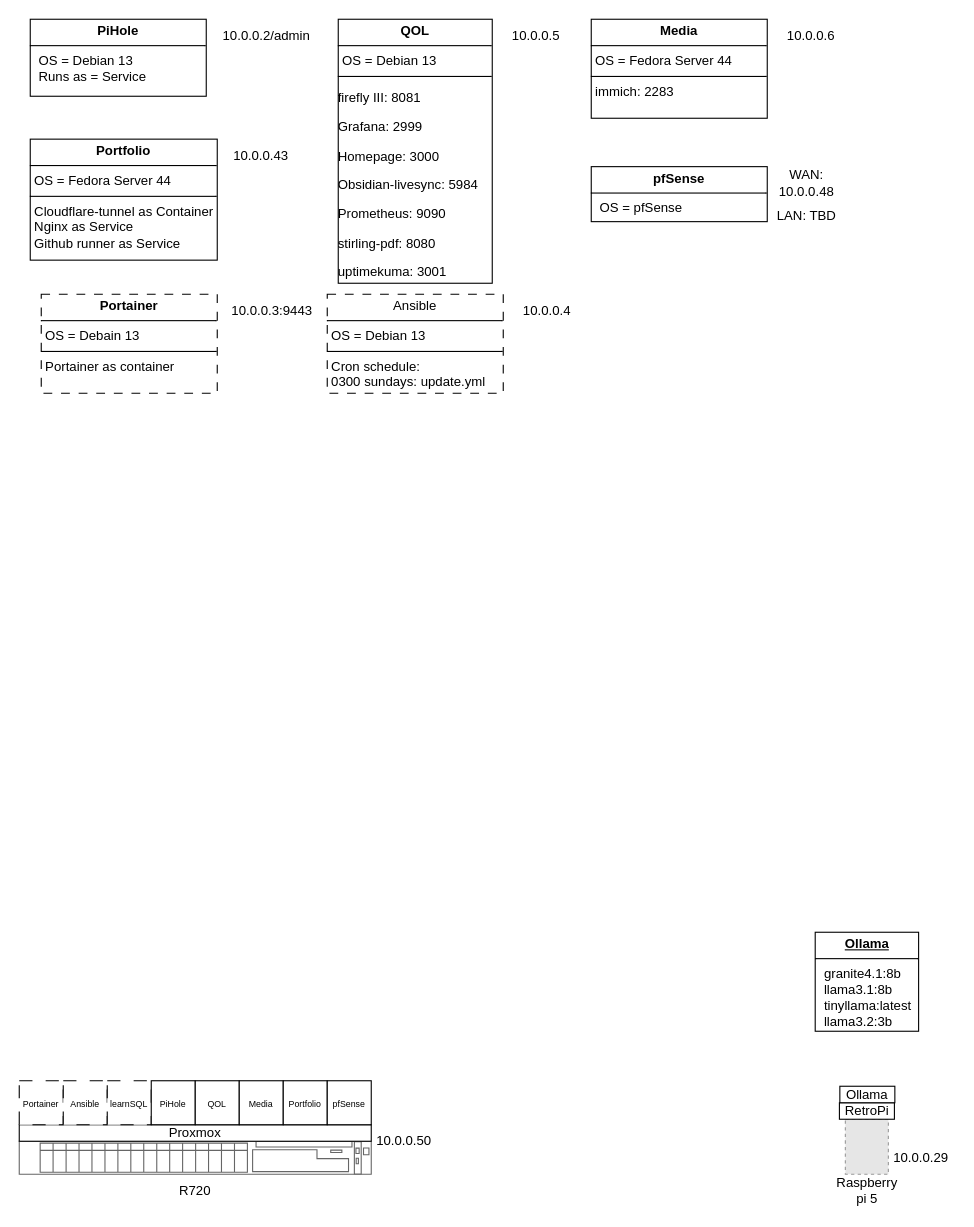
Before: deploymentTopologies/Deployment Topology.drawio in Aaron4554/homelab, a draw.io diagram. Source tidied: cells renumbered, new cells numbered last; positions are measured from the earlier drawing's top-left corner, leaving out a move shared by most shapes. Both pictures are drawn from the tidied source at 110%, with x=0, y=0 at pixel (19, 19). Pictures stored in the file or linked from it are replaced by grey dashed boxes.
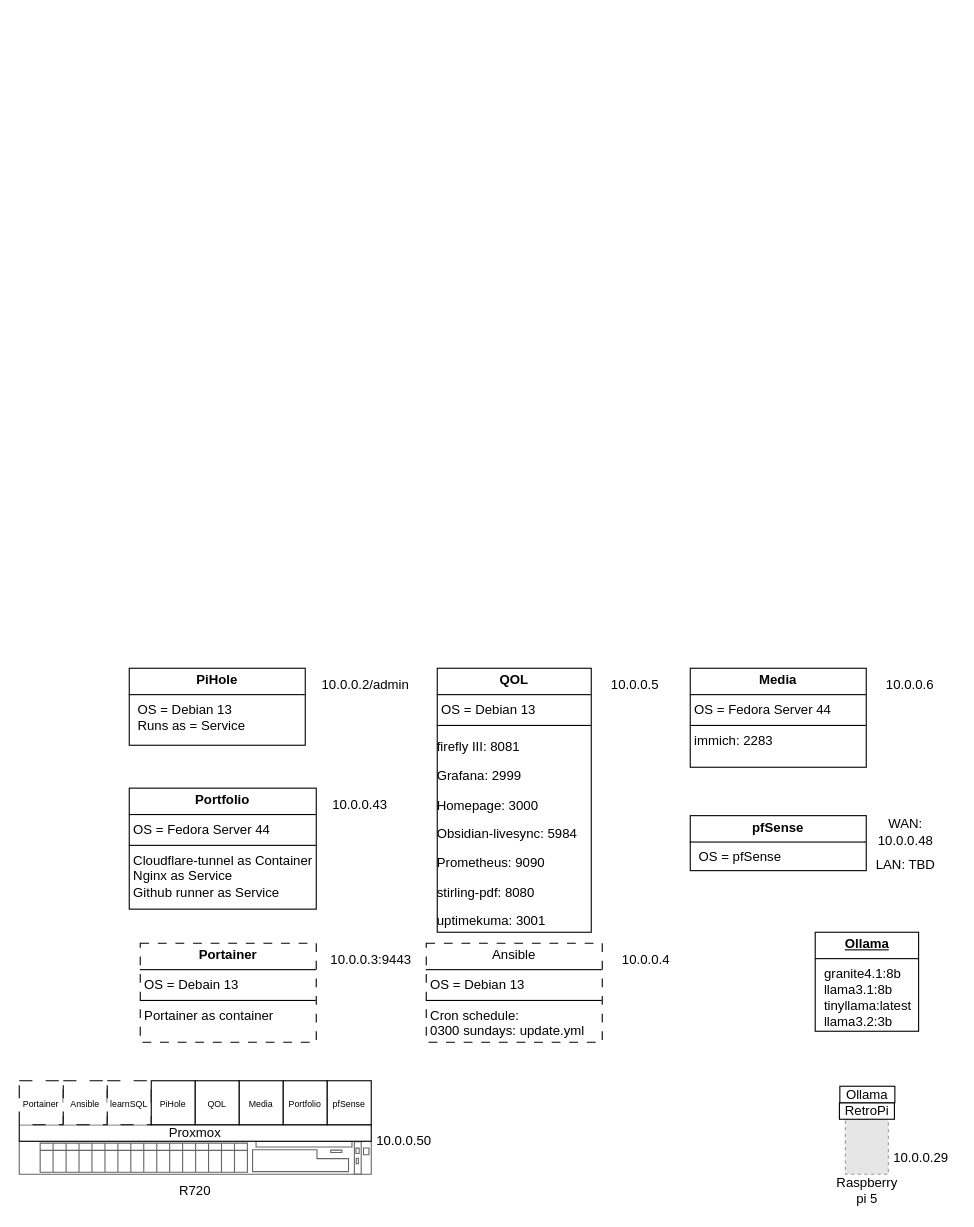
Above is the later version.

Commit message (it also covers changes not shown here):
Resized Deployment Topology

Change to the diagram source:
```diff
@@
+    <mxCell id="34" value="&lt;p style=&quot;margin:0px;margin-top:4px;text-align:center;text-decoration:underline;&quot;&gt;&lt;b&gt;Ollama&lt;/b&gt;&lt;/p&gt;&lt;hr size=&quot;1&quot; style=&quot;border-style:solid;&quot;&gt;&lt;p style=&quot;margin:0px;margin-left:8px;&quot;&gt;granite4.1:8b&lt;br&gt;llama3.1:8b&lt;br&gt;tinyllama:latest&lt;br&gt;llama3.2:3b&lt;/p&gt;" style="verticalAlign=top;align=left;overflow=fill;html=1;whiteSpace=wrap;" parent="1" vertex="1">
+      <mxGeometry x="723.6" y="830" width="94" height="90" as="geometry" />
+    </mxCell>
+    <mxCell id="39" style="group;" parent="1" vertex="1">
+      <mxGeometry x="100" y="590" width="740" height="340" as="geometry" />
+    </mxCell>
-    <mxCell id="23" value="&lt;p style=&quot;margin: 4px 0px 0px; text-align: center;&quot;&gt;&lt;b&gt;PiHole&lt;/b&gt;&lt;/p&gt;&lt;hr size=&quot;1&quot; style=&quot;border-style:solid;&quot;&gt;&lt;p style=&quot;margin:0px;margin-left:8px;&quot;&gt;OS = Debian 13&lt;br&gt;Runs as = Service&lt;br&gt;&lt;br&gt;&lt;/p&gt;" style="verticalAlign=top;align=left;overflow=fill;html=1;whiteSpace=wrap;" parent="1" vertex="1">
-      <mxGeometry x="10" width="160" height="70" as="geometry" />
+    <mxCell id="23" value="&lt;p style=&quot;margin: 4px 0px 0px; text-align: center;&quot;&gt;&lt;b&gt;PiHole&lt;/b&gt;&lt;/p&gt;&lt;hr size=&quot;1&quot; style=&quot;border-style:solid;&quot;&gt;&lt;p style=&quot;margin:0px;margin-left:8px;&quot;&gt;OS = Debian 13&lt;br&gt;Runs as = Service&lt;br&gt;&lt;br&gt;&lt;/p&gt;" style="verticalAlign=top;align=left;overflow=fill;html=1;whiteSpace=wrap;" parent="39" vertex="1">
+      <mxGeometry width="160" height="70" as="geometry" />
     </mxCell>
-    <mxCell id="24" value="10.0.0.2/admin" style="text;html=1;whiteSpace=wrap;strokeColor=none;fillColor=none;align=center;verticalAlign=middle;rounded=0;" parent="1" vertex="1">
-      <mxGeometry x="180" width="90" height="30" as="geometry" />
+    <mxCell id="24" value="10.0.0.2/admin" style="text;html=1;whiteSpace=wrap;strokeColor=none;fillColor=none;align=center;verticalAlign=middle;rounded=0;" parent="39" vertex="1">
+      <mxGeometry x="170" width="90" height="30" as="geometry" />
     </mxCell>
-    <mxCell id="25" value="&lt;p style=&quot;margin:0px;margin-top:4px;text-align:center;&quot;&gt;&lt;b&gt;QOL&lt;/b&gt;&lt;/p&gt;&lt;hr size=&quot;1&quot; style=&quot;border-style:solid;&quot;&gt;&lt;p style=&quot;margin:0px;margin-left:4px;&quot;&gt;OS = Debian 13&lt;br&gt;&lt;/p&gt;&lt;hr size=&quot;1&quot; style=&quot;border-style:solid;&quot;&gt;&lt;p&gt;firefly III: 8081&lt;/p&gt;&lt;p&gt;&lt;span style=&quot;background-color: transparent; color: light-dark(#000000, var(--ge-light-color, #ffffff));&quot;&gt;Grafana: 2999&lt;/span&gt;&lt;/p&gt;&lt;p&gt;Homepage: 3000&lt;/p&gt;&lt;p&gt;Obsidian-livesync: 5984&lt;/p&gt;&lt;p&gt;Prometheus: 9090&lt;/p&gt;&lt;p&gt;stirling-pdf: 8080&lt;/p&gt;&lt;p style=&quot;margin:0px;margin-left:4px;&quot;&gt;&lt;span&gt;&lt;/span&gt;&lt;/p&gt;&lt;p&gt;uptimekuma: 3001&lt;/p&gt;" style="verticalAlign=top;align=left;overflow=fill;html=1;whiteSpace=wrap;" parent="1" vertex="1">
-      <mxGeometry x="290" width="140" height="240" as="geometry" />
+    <mxCell id="25" value="&lt;p style=&quot;margin:0px;margin-top:4px;text-align:center;&quot;&gt;&lt;b&gt;QOL&lt;/b&gt;&lt;/p&gt;&lt;hr size=&quot;1&quot; style=&quot;border-style:solid;&quot;&gt;&lt;p style=&quot;margin:0px;margin-left:4px;&quot;&gt;OS = Debian 13&lt;br&gt;&lt;/p&gt;&lt;hr size=&quot;1&quot; style=&quot;border-style:solid;&quot;&gt;&lt;p&gt;firefly III: 8081&lt;/p&gt;&lt;p&gt;&lt;span style=&quot;background-color: transparent; color: light-dark(#000000, var(--ge-light-color, #ffffff));&quot;&gt;Grafana: 2999&lt;/span&gt;&lt;/p&gt;&lt;p&gt;Homepage: 3000&lt;/p&gt;&lt;p&gt;Obsidian-livesync: 5984&lt;/p&gt;&lt;p&gt;Prometheus: 9090&lt;/p&gt;&lt;p&gt;stirling-pdf: 8080&lt;/p&gt;&lt;p style=&quot;margin:0px;margin-left:4px;&quot;&gt;&lt;span&gt;&lt;/span&gt;&lt;/p&gt;&lt;p&gt;uptimekuma: 3001&lt;/p&gt;" style="verticalAlign=top;align=left;overflow=fill;html=1;whiteSpace=wrap;" parent="39" vertex="1">
+      <mxGeometry x="280" width="140" height="240" as="geometry" />
     </mxCell>
-    <mxCell id="26" value="10.0.0.5" style="text;html=1;whiteSpace=wrap;strokeColor=none;fillColor=none;align=center;verticalAlign=middle;rounded=0;" parent="1" vertex="1">
-      <mxGeometry x="440" width="60" height="30" as="geometry" />
+    <mxCell id="26" value="10.0.0.5" style="text;html=1;whiteSpace=wrap;strokeColor=none;fillColor=none;align=center;verticalAlign=middle;rounded=0;" parent="39" vertex="1">
+      <mxGeometry x="430" width="60" height="30" as="geometry" />
     </mxCell>
-    <mxCell id="27" value="&lt;p style=&quot;margin:0px;margin-top:4px;text-align:center;&quot;&gt;&lt;b&gt;Media&lt;/b&gt;&lt;/p&gt;&lt;hr size=&quot;1&quot; style=&quot;border-style:solid;&quot;&gt;&lt;p style=&quot;margin:0px;margin-left:4px;&quot;&gt;OS = Fedora Server 44&lt;/p&gt;&lt;hr size=&quot;1&quot; style=&quot;border-style:solid;&quot;&gt;&lt;p style=&quot;margin:0px;margin-left:4px;&quot;&gt;immich: 2283&lt;/p&gt;" style="verticalAlign=top;align=left;overflow=fill;html=1;whiteSpace=wrap;" parent="1" vertex="1">
-      <mxGeometry x="520" width="160" height="90" as="geometry" />
+    <mxCell id="27" value="&lt;p style=&quot;margin:0px;margin-top:4px;text-align:center;&quot;&gt;&lt;b&gt;Media&lt;/b&gt;&lt;/p&gt;&lt;hr size=&quot;1&quot; style=&quot;border-style:solid;&quot;&gt;&lt;p style=&quot;margin:0px;margin-left:4px;&quot;&gt;OS = Fedora Server 44&lt;/p&gt;&lt;hr size=&quot;1&quot; style=&quot;border-style:solid;&quot;&gt;&lt;p style=&quot;margin:0px;margin-left:4px;&quot;&gt;immich: 2283&lt;/p&gt;" style="verticalAlign=top;align=left;overflow=fill;html=1;whiteSpace=wrap;" parent="39" vertex="1">
+      <mxGeometry x="510" width="160" height="90" as="geometry" />
     </mxCell>
-    <mxCell id="28" value="10.0.0.6" style="text;html=1;whiteSpace=wrap;strokeColor=none;fillColor=none;align=center;verticalAlign=middle;rounded=0;" parent="1" vertex="1">
-      <mxGeometry x="690" width="60" height="30" as="geometry" />
+    <mxCell id="28" value="10.0.0.6" style="text;html=1;whiteSpace=wrap;strokeColor=none;fillColor=none;align=center;verticalAlign=middle;rounded=0;" parent="39" vertex="1">
+      <mxGeometry x="680" width="60" height="30" as="geometry" />
     </mxCell>
-    <mxCell id="29" value="&lt;p style=&quot;margin:0px;margin-top:4px;text-align:center;&quot;&gt;&lt;b&gt;Portfolio&lt;/b&gt;&lt;/p&gt;&lt;hr size=&quot;1&quot; style=&quot;border-style:solid;&quot;&gt;&lt;p style=&quot;margin:0px;margin-left:4px;&quot;&gt;OS = Fedora Server 44&lt;/p&gt;&lt;hr size=&quot;1&quot; style=&quot;border-style:solid;&quot;&gt;&lt;p style=&quot;margin:0px;margin-left:4px;&quot;&gt;Cloudflare-tunnel as Container&lt;/p&gt;&lt;p style=&quot;margin:0px;margin-left:4px;&quot;&gt;Nginx as Service&lt;/p&gt;&lt;p style=&quot;margin:0px;margin-left:4px;&quot;&gt;Github runner as Service&lt;/p&gt;" style="verticalAlign=top;align=left;overflow=fill;html=1;whiteSpace=wrap;" parent="1" vertex="1">
-      <mxGeometry x="10" y="109" width="170" height="110" as="geometry" />
+    <mxCell id="29" value="&lt;p style=&quot;margin:0px;margin-top:4px;text-align:center;&quot;&gt;&lt;b&gt;Portfolio&lt;/b&gt;&lt;/p&gt;&lt;hr size=&quot;1&quot; style=&quot;border-style:solid;&quot;&gt;&lt;p style=&quot;margin:0px;margin-left:4px;&quot;&gt;OS = Fedora Server 44&lt;/p&gt;&lt;hr size=&quot;1&quot; style=&quot;border-style:solid;&quot;&gt;&lt;p style=&quot;margin:0px;margin-left:4px;&quot;&gt;Cloudflare-tunnel as Container&lt;/p&gt;&lt;p style=&quot;margin:0px;margin-left:4px;&quot;&gt;Nginx as Service&lt;/p&gt;&lt;p style=&quot;margin:0px;margin-left:4px;&quot;&gt;Github runner as Service&lt;/p&gt;" style="verticalAlign=top;align=left;overflow=fill;html=1;whiteSpace=wrap;" parent="39" vertex="1">
+      <mxGeometry y="109" width="170" height="110" as="geometry" />
     </mxCell>
-    <mxCell id="30" value="10.0.0.43" style="text;html=1;whiteSpace=wrap;strokeColor=none;fillColor=none;align=center;verticalAlign=middle;rounded=0;" parent="1" vertex="1">
-      <mxGeometry x="190" y="109" width="60" height="30" as="geometry" />
+    <mxCell id="30" value="10.0.0.43" style="text;html=1;whiteSpace=wrap;strokeColor=none;fillColor=none;align=center;verticalAlign=middle;rounded=0;" parent="39" vertex="1">
+      <mxGeometry x="180" y="109" width="60" height="30" as="geometry" />
     </mxCell>
-    <mxCell id="31" value="&lt;p style=&quot;margin: 4px 0px 0px; text-align: center;&quot;&gt;&lt;b style=&quot;&quot;&gt;pfSense&lt;/b&gt;&lt;/p&gt;&lt;hr size=&quot;1&quot; style=&quot;border-style:solid;&quot;&gt;&lt;p style=&quot;margin:0px;margin-left:8px;&quot;&gt;OS = pfSense&lt;/p&gt;" style="verticalAlign=top;align=left;overflow=fill;html=1;whiteSpace=wrap;" parent="1" vertex="1">
-      <mxGeometry x="520" y="134" width="160" height="50" as="geometry" />
+    <mxCell id="31" value="&lt;p style=&quot;margin: 4px 0px 0px; text-align: center;&quot;&gt;&lt;b style=&quot;&quot;&gt;pfSense&lt;/b&gt;&lt;/p&gt;&lt;hr size=&quot;1&quot; style=&quot;border-style:solid;&quot;&gt;&lt;p style=&quot;margin:0px;margin-left:8px;&quot;&gt;OS = pfSense&lt;/p&gt;" style="verticalAlign=top;align=left;overflow=fill;html=1;whiteSpace=wrap;" parent="39" vertex="1">
+      <mxGeometry x="510" y="134" width="160" height="50" as="geometry" />
     </mxCell>
-    <mxCell id="32" value="WAN: 10.0.0.48" style="text;html=1;whiteSpace=wrap;strokeColor=none;fillColor=none;align=center;verticalAlign=middle;rounded=0;" parent="1" vertex="1">
-      <mxGeometry x="686" y="134" width="60" height="30" as="geometry" />
+    <mxCell id="32" value="WAN: 10.0.0.48" style="text;html=1;whiteSpace=wrap;strokeColor=none;fillColor=none;align=center;verticalAlign=middle;rounded=0;" parent="39" vertex="1">
+      <mxGeometry x="676" y="134" width="60" height="30" as="geometry" />
     </mxCell>
-    <mxCell id="33" value="LAN: TBD" style="text;html=1;whiteSpace=wrap;strokeColor=none;fillColor=none;align=center;verticalAlign=middle;rounded=0;" parent="1" vertex="1">
-      <mxGeometry x="686" y="164" width="60" height="30" as="geometry" />
+    <mxCell id="33" value="LAN: TBD" style="text;html=1;whiteSpace=wrap;strokeColor=none;fillColor=none;align=center;verticalAlign=middle;rounded=0;" parent="39" vertex="1">
+      <mxGeometry x="676" y="164" width="60" height="30" as="geometry" />
     </mxCell>
-    <mxCell id="34" value="&lt;p style=&quot;margin:0px;margin-top:4px;text-align:center;text-decoration:underline;&quot;&gt;&lt;b&gt;Ollama&lt;/b&gt;&lt;/p&gt;&lt;hr size=&quot;1&quot; style=&quot;border-style:solid;&quot;&gt;&lt;p style=&quot;margin:0px;margin-left:8px;&quot;&gt;granite4.1:8b&lt;br&gt;llama3.1:8b&lt;br&gt;tinyllama:latest&lt;br&gt;llama3.2:3b&lt;/p&gt;" style="verticalAlign=top;align=left;overflow=fill;html=1;whiteSpace=wrap;" parent="1" vertex="1">
-      <mxGeometry x="723.6" y="830" width="94" height="90" as="geometry" />
-    </mxCell>
-    <mxCell id="35" value="&lt;p style=&quot;margin:0px;margin-top:4px;text-align:center;&quot;&gt;&lt;b&gt;Portainer&lt;/b&gt;&lt;/p&gt;&lt;hr size=&quot;1&quot; style=&quot;border-style:solid;&quot;&gt;&lt;p style=&quot;margin:0px;margin-left:4px;&quot;&gt;OS = Debain 13&lt;/p&gt;&lt;hr size=&quot;1&quot; style=&quot;border-style:solid;&quot;&gt;&lt;p style=&quot;margin:0px;margin-left:4px;&quot;&gt;Portainer as container&lt;/p&gt;" style="verticalAlign=top;align=left;overflow=fill;html=1;whiteSpace=wrap;dashed=1;dashPattern=8 8;" parent="1" vertex="1">
-      <mxGeometry x="20" y="250" width="160" height="90" as="geometry" />
+    <mxCell id="35" value="&lt;p style=&quot;margin:0px;margin-top:4px;text-align:center;&quot;&gt;&lt;b&gt;Portainer&lt;/b&gt;&lt;/p&gt;&lt;hr size=&quot;1&quot; style=&quot;border-style:solid;&quot;&gt;&lt;p style=&quot;margin:0px;margin-left:4px;&quot;&gt;OS = Debain 13&lt;/p&gt;&lt;hr size=&quot;1&quot; style=&quot;border-style:solid;&quot;&gt;&lt;p style=&quot;margin:0px;margin-left:4px;&quot;&gt;Portainer as container&lt;/p&gt;" style="verticalAlign=top;align=left;overflow=fill;html=1;whiteSpace=wrap;dashed=1;dashPattern=8 8;" parent="39" vertex="1">
+      <mxGeometry x="10" y="250" width="160" height="90" as="geometry" />
     </mxCell>
-    <mxCell id="36" value="10.0.0.3:9443" style="text;html=1;whiteSpace=wrap;strokeColor=none;fillColor=none;align=center;verticalAlign=middle;rounded=0;" parent="1" vertex="1">
-      <mxGeometry x="190" y="250" width="80" height="30" as="geometry" />
+    <mxCell id="36" value="10.0.0.3:9443" style="text;html=1;whiteSpace=wrap;strokeColor=none;fillColor=none;align=center;verticalAlign=middle;rounded=0;" parent="39" vertex="1">
+      <mxGeometry x="180" y="250" width="80" height="30" as="geometry" />
     </mxCell>
-    <mxCell id="37" value="&lt;p style=&quot;margin:0px;margin-top:4px;text-align:center;&quot;&gt;Ansible&lt;/p&gt;&lt;hr size=&quot;1&quot; style=&quot;border-style:solid;&quot;&gt;&lt;p style=&quot;margin:0px;margin-left:4px;&quot;&gt;OS = Debian 13&lt;/p&gt;&lt;hr size=&quot;1&quot; style=&quot;border-style:solid;&quot;&gt;&lt;p style=&quot;margin:0px;margin-left:4px;&quot;&gt;Cron schedule:&lt;/p&gt;&lt;p style=&quot;margin:0px;margin-left:4px;&quot;&gt;0300 sundays: update.yml&lt;/p&gt;" style="verticalAlign=top;align=left;overflow=fill;html=1;whiteSpace=wrap;dashed=1;dashPattern=8 8;" parent="1" vertex="1">
-      <mxGeometry x="280" y="250" width="160" height="90" as="geometry" />
+    <mxCell id="37" value="&lt;p style=&quot;margin:0px;margin-top:4px;text-align:center;&quot;&gt;Ansible&lt;/p&gt;&lt;hr size=&quot;1&quot; style=&quot;border-style:solid;&quot;&gt;&lt;p style=&quot;margin:0px;margin-left:4px;&quot;&gt;OS = Debian 13&lt;/p&gt;&lt;hr size=&quot;1&quot; style=&quot;border-style:solid;&quot;&gt;&lt;p style=&quot;margin:0px;margin-left:4px;&quot;&gt;Cron schedule:&lt;/p&gt;&lt;p style=&quot;margin:0px;margin-left:4px;&quot;&gt;0300 sundays: update.yml&lt;/p&gt;" style="verticalAlign=top;align=left;overflow=fill;html=1;whiteSpace=wrap;dashed=1;dashPattern=8 8;" parent="39" vertex="1">
+      <mxGeometry x="270" y="250" width="160" height="90" as="geometry" />
     </mxCell>
-    <mxCell id="38" value="10.0.0.4" style="text;html=1;whiteSpace=wrap;strokeColor=none;fillColor=none;align=center;verticalAlign=middle;rounded=0;" parent="1" vertex="1">
-      <mxGeometry x="450" y="250" width="60" height="30" as="geometry" />
+    <mxCell id="38" value="10.0.0.4" style="text;html=1;whiteSpace=wrap;strokeColor=none;fillColor=none;align=center;verticalAlign=middle;rounded=0;" parent="39" vertex="1">
+      <mxGeometry x="440" y="250" width="60" height="30" as="geometry" />
     </mxCell>
```
